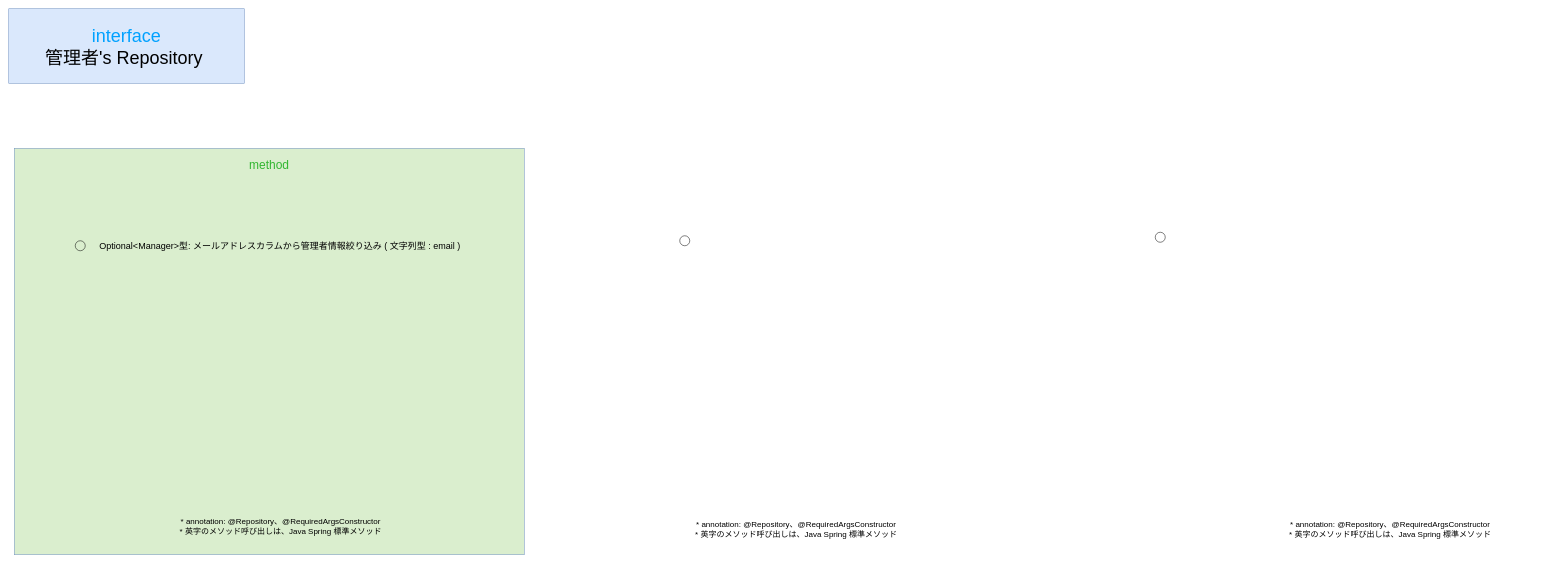
The draw.io diagram gijigengo/repository/meeting_reservation_sys repository ManagersRepository クラス 疑似言語.drawio in tro319/meeting_reservation_system, before the edit. Source tidied: cells renumbered, new cells numbered last; positions are measured from the earlier drawing's top-left corner, leaving out a move shared by most shapes. Both pictures are drawn from the tidied source at 50%, with x=0, y=0 at pixel (8, 8).
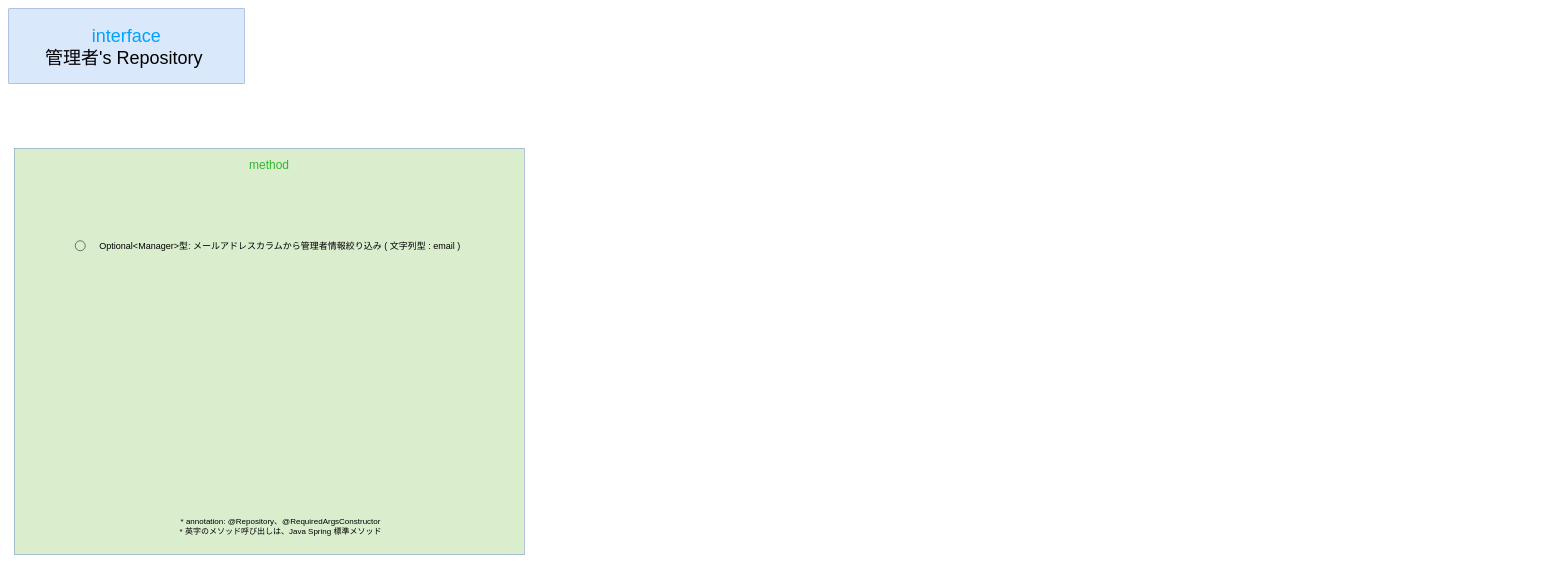
The same page after the edit.

The edit, as a diff of the source:
```diff
@@
 <mxGraphModel>
   <root>
     <mxCell id="0" />
     <mxCell id="1" parent="0" />
     <mxCell id="2" value="&lt;div&gt;&lt;span style=&quot;color: rgb(0, 161, 255);&quot;&gt;interface&lt;/span&gt;&lt;/div&gt;&lt;div&gt;管理者's Repository&amp;nbsp;&lt;/div&gt;" style="text;html=1;whiteSpace=wrap;strokeColor=#6c8ebf;fillColor=#dae8fc;align=center;verticalAlign=middle;rounded=0;fontSize=36;" parent="1" vertex="1">
       <mxGeometry width="471" height="149" as="geometry" />
     </mxCell>
     <mxCell id="3" value="&lt;div&gt;&lt;font style=&quot;font-size: 24px;&quot;&gt;&lt;span style=&quot;color: rgb(50, 182, 49);&quot;&gt;&lt;span style=&quot;&quot;&gt;&lt;span style=&quot;&quot;&gt;&lt;span&gt;method&lt;/span&gt;&lt;/span&gt;&lt;/span&gt;&lt;/span&gt;&lt;/font&gt;&lt;/div&gt;&lt;div&gt;&lt;font style=&quot;font-size: 24px;&quot;&gt;&lt;span style=&quot;color: rgba(0, 0, 0, 0);&quot;&gt;&lt;span style=&quot;color: rgba(0, 0, 0, 0);&quot;&gt;&lt;span style=&quot;&quot;&gt;&lt;span style=&quot;&quot;&gt;&lt;br&gt;&lt;/span&gt;&lt;/span&gt;&lt;/span&gt;&lt;/span&gt;&lt;/font&gt;&lt;/div&gt;" style="text;html=1;whiteSpace=wrap;strokeColor=#6c8ebf;fillColor=light-dark(#daeece, #214210);align=center;verticalAlign=top;rounded=0;fontSize=36;fontColor=#00A1FF;" parent="1" vertex="1">
       <mxGeometry x="11" y="279" width="1020" height="813" as="geometry" />
     </mxCell>
     <mxCell id="4" value="&lt;div&gt;&lt;br&gt;&lt;/div&gt;&lt;div&gt;&lt;span&gt;&lt;span&gt;&lt;span style=&quot;color: rgb(0, 0, 0);&quot;&gt;&lt;font style=&quot;font-size: 16px;&quot;&gt;* annotation: @Repository、@RequiredArgsConstructor&lt;/font&gt;&lt;/span&gt;&lt;/span&gt;&lt;/span&gt;&lt;/div&gt;&lt;div&gt;&lt;span&gt;&lt;span&gt;&lt;span style=&quot;color: rgb(0, 0, 0);&quot;&gt;&lt;font style=&quot;font-size: 16px;&quot;&gt;* 英字のメソッド呼び出しは、Java Spring 標準メソッド&lt;/font&gt;&lt;/span&gt;&lt;/span&gt;&lt;/span&gt;&lt;/div&gt;" style="text;html=1;whiteSpace=wrap;strokeColor=none;fillColor=none;align=center;verticalAlign=middle;rounded=0;" parent="1" vertex="1">
       <mxGeometry x="249" y="1012" width="590" height="30" as="geometry" />
     </mxCell>
-    <mxCell id="5" value="&lt;br&gt;&lt;div&gt;&lt;span&gt;&lt;span&gt;&lt;span style=&quot;color: rgb(0, 0, 0);&quot;&gt;&lt;font style=&quot;font-size: 16px;&quot;&gt;* annotation: @Repository、@RequiredArgsConstructor&lt;/font&gt;&lt;/span&gt;&lt;/span&gt;&lt;/span&gt;&lt;/div&gt;&lt;div&gt;&lt;span&gt;&lt;span&gt;&lt;span style=&quot;color: rgb(0, 0, 0);&quot;&gt;&lt;font style=&quot;font-size: 16px;&quot;&gt;* 英字のメソッド呼び出しは、Java Spring 標準メソッド&lt;/font&gt;&lt;/span&gt;&lt;/span&gt;&lt;/span&gt;&lt;/div&gt;" style="text;html=1;whiteSpace=wrap;strokeColor=none;fillColor=none;align=center;verticalAlign=middle;rounded=0;" parent="1" vertex="1">
-      <mxGeometry x="1280" y="1018" width="590" height="30" as="geometry" />
-    </mxCell>
     <mxCell id="6" style="group;" parent="1" vertex="1">
       <mxGeometry x="133" y="459" width="878" height="30" as="geometry" />
     </mxCell>
     <mxCell id="7" value="&amp;nbsp; &amp;nbsp; &amp;nbsp; &amp;nbsp; &amp;nbsp; &amp;nbsp; &amp;nbsp;" style="ellipse;whiteSpace=wrap;html=1;fillColor=none;" parent="6" vertex="1">
       <mxGeometry y="5" width="20" height="20" as="geometry" />
     </mxCell>
     <mxCell id="8" value="&lt;font style=&quot;font-size: 18px;&quot;&gt;&lt;span&gt;&lt;span&gt;&lt;span style=&quot;color: rgb(0, 0, 0);&quot;&gt;&lt;font&gt;Optional&amp;lt;Manager&amp;gt;型: メールアドレスカラムから管理者情報絞り込み ( 文字列型 : email )&lt;/font&gt;&lt;/span&gt;&lt;/span&gt;&lt;/span&gt;&lt;/font&gt;" style="whiteSpace=wrap;html=1;fillColor=none;labelBorderColor=none;strokeColor=none;" parent="1" vertex="1">
       <mxGeometry x="159" y="459" width="767" height="30" as="geometry" />
     </mxCell>
-    <mxCell id="9" value="&amp;nbsp; &amp;nbsp; &amp;nbsp; &amp;nbsp; &amp;nbsp; &amp;nbsp; &amp;nbsp;" style="ellipse;whiteSpace=wrap;html=1;fillColor=none;" parent="1" vertex="1">
-      <mxGeometry x="1342" y="454" width="20" height="20" as="geometry" />
-    </mxCell>
-    <mxCell id="10" value="&amp;nbsp; &amp;nbsp; &amp;nbsp; &amp;nbsp; &amp;nbsp; &amp;nbsp; &amp;nbsp;" style="ellipse;whiteSpace=wrap;html=1;fillColor=none;" parent="1" vertex="1">
-      <mxGeometry x="2293" y="447" width="20" height="20" as="geometry" />
-    </mxCell>
-    <mxCell id="11" value="&lt;br&gt;&lt;div&gt;&lt;span&gt;&lt;span&gt;&lt;span style=&quot;color: rgb(0, 0, 0);&quot;&gt;&lt;font style=&quot;font-size: 16px;&quot;&gt;* annotation: @Repository、@RequiredArgsConstructor&lt;/font&gt;&lt;/span&gt;&lt;/span&gt;&lt;/span&gt;&lt;/div&gt;&lt;div&gt;&lt;span&gt;&lt;span&gt;&lt;span style=&quot;color: rgb(0, 0, 0);&quot;&gt;&lt;font style=&quot;font-size: 16px;&quot;&gt;* 英字のメソッド呼び出しは、Java Spring 標準メソッド&lt;/font&gt;&lt;/span&gt;&lt;/span&gt;&lt;/span&gt;&lt;/div&gt;" style="text;html=1;whiteSpace=wrap;strokeColor=none;fillColor=none;align=center;verticalAlign=middle;rounded=0;" parent="1" vertex="1">
-      <mxGeometry x="2468" y="1018" width="590" height="30" as="geometry" />
-    </mxCell>
   </root>
 </mxGraphModel>
```
